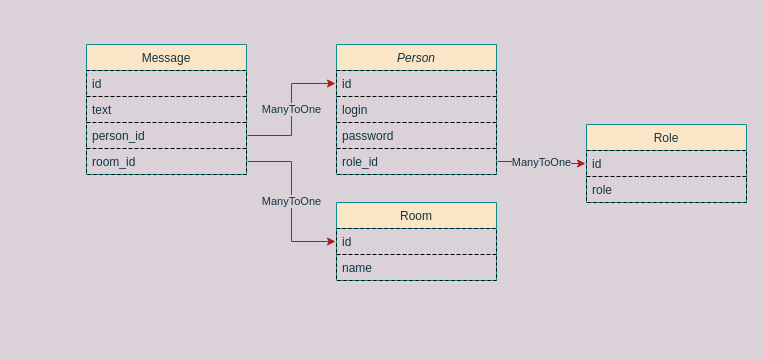
This is img/job4j_chat.drawio from dima-abc/job4j_chat, a draw.io file, before an edit. Source tidied: cells renumbered, new cells numbered last; positions are measured from the earlier drawing's top-left corner, leaving out a move shared by most shapes. Both pictures are drawn from the tidied source at 100%, with x=0, y=0 at pixel (86, 44).
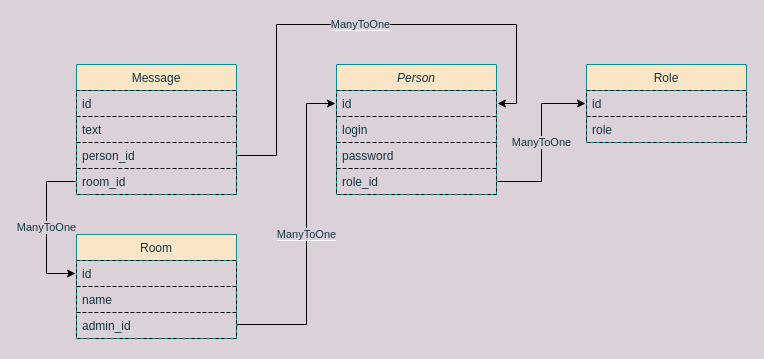
After the change.

The change refers to these unchanged cells:
```xml
<mxCell id="3" value="id" style="text;align=left;verticalAlign=top;spacingLeft=4;spacingRight=4;overflow=hidden;points=[[0,0.5],[1,0.5]];portConstraint=eastwest;fontColor=#143642;strokeColor=#000000;dashed=1;strokeWidth=1;perimeterSpacing=1;" parent="2" vertex="1">
  <mxGeometry y="26" width="160" height="26" as="geometry" />
</mxCell>
<mxCell id="6" value="role_id" style="text;align=left;verticalAlign=top;spacingLeft=4;spacingRight=4;overflow=hidden;points=[[0,0.5],[1,0.5]];portConstraint=eastwest;rounded=0;shadow=0;html=0;fontColor=#143642;strokeColor=#000000;dashed=1;strokeWidth=1;perimeterSpacing=1;" parent="2" vertex="1">
  <mxGeometry y="104" width="160" height="26" as="geometry" />
</mxCell>
<mxCell id="8" value="id &#10;" style="text;align=left;verticalAlign=top;spacingLeft=4;spacingRight=4;overflow=hidden;points=[[0,0.5],[1,0.5]];portConstraint=eastwest;fontColor=#143642;strokeColor=#000000;dashed=1;strokeWidth=1;perimeterSpacing=1;" parent="7" vertex="1">
  <mxGeometry y="26" width="160" height="26" as="geometry" />
</mxCell>
<mxCell id="13" value="person_id" style="text;align=left;verticalAlign=top;spacingLeft=4;spacingRight=4;overflow=hidden;points=[[0,0.5],[1,0.5]];portConstraint=eastwest;fontColor=#143642;strokeColor=#000000;dashed=1;strokeWidth=1;perimeterSpacing=1;" parent="10" vertex="1">
  <mxGeometry y="78" width="160" height="26" as="geometry" />
</mxCell>
<mxCell id="14" value="room_id" style="text;align=left;verticalAlign=top;spacingLeft=4;spacingRight=4;overflow=hidden;points=[[0,0.5],[1,0.5]];portConstraint=eastwest;fontColor=#143642;strokeColor=#000000;dashed=1;strokeWidth=1;perimeterSpacing=1;" parent="10" vertex="1">
  <mxGeometry y="104" width="160" height="26" as="geometry" />
</mxCell>
<mxCell id="16" value="id" style="text;align=left;verticalAlign=top;spacingLeft=4;spacingRight=4;overflow=hidden;points=[[0,0.5],[1,0.5]];portConstraint=eastwest;rounded=0;shadow=0;html=0;fontColor=#143642;strokeColor=#000000;dashed=1;strokeWidth=1;perimeterSpacing=1;" parent="15" vertex="1">
  <mxGeometry y="26" width="160" height="26" as="geometry" />
</mxCell>
```

The edit, as a diff of the source:
```diff
@@
     <mxCell id="2" value="Person" style="swimlane;fontStyle=2;align=center;verticalAlign=top;horizontal=1;startSize=26;rounded=0;shadow=0;strokeWidth=1;fillColor=#FAE5C7;strokeColor=#0F8B8D;fontColor=#143642;" parent="1" vertex="1">
-      <mxGeometry x="250" width="160" height="130" as="geometry" />
+      <mxGeometry x="250" y="20" width="160" height="130" as="geometry" />
     </mxCell>
@@
     <mxCell id="7" value="Room" style="swimlane;fontStyle=0;align=center;verticalAlign=top;horizontal=1;startSize=26;rounded=0;shadow=0;strokeWidth=1;fillColor=#FAE5C7;strokeColor=#0F8B8D;fontColor=#143642;" parent="1" vertex="1">
-      <mxGeometry x="250" y="158" width="160" height="78" as="geometry" />
+      <mxGeometry x="-10" y="190" width="160" height="104" as="geometry" />
     </mxCell>
@@
+    <mxCell id="21" value="admin_id" style="text;align=left;verticalAlign=top;spacingLeft=4;spacingRight=4;overflow=hidden;points=[[0,0.5],[1,0.5]];portConstraint=eastwest;rounded=0;shadow=0;html=0;fontColor=#143642;strokeColor=#000000;dashed=1;strokeWidth=1;perimeterSpacing=1;" parent="7" vertex="1">
+      <mxGeometry y="78" width="160" height="26" as="geometry" />
+    </mxCell>
     <mxCell id="10" value="Message" style="swimlane;fontStyle=0;align=center;verticalAlign=top;horizontal=1;startSize=26;rounded=0;shadow=0;strokeWidth=1;fillColor=#FAE5C7;strokeColor=#0F8B8D;fontColor=#143642;" parent="1" vertex="1">
-      <mxGeometry width="160" height="130" as="geometry" />
+      <mxGeometry x="-10" y="20" width="160" height="130" as="geometry" />
     </mxCell>
@@
     <mxCell id="15" value="Role" style="swimlane;fontStyle=0;align=center;verticalAlign=top;horizontal=1;startSize=26;rounded=0;shadow=0;strokeWidth=1;fillColor=#FAE5C7;strokeColor=#0F8B8D;fontColor=#143642;" parent="1" vertex="1">
-      <mxGeometry x="500" y="80" width="160" height="78" as="geometry" />
+      <mxGeometry x="500" y="20" width="160" height="78" as="geometry" />
     </mxCell>
@@
-    <mxCell id="18" value="ManyToOne" style="edgeStyle=orthogonalEdgeStyle;rounded=0;jettySize=auto;html=1;exitX=1;exitY=0.5;exitDx=0;exitDy=0;entryX=0;entryY=0.5;entryDx=0;entryDy=0;labelBackgroundColor=#DAD2D8;strokeColor=#A8201A;fontColor=#143642;" parent="1" edge="1" source="6" target="16">
+    <mxCell id="18" value="ManyToOne" style="edgeStyle=orthogonalEdgeStyle;rounded=0;jettySize=auto;html=1;exitX=1;exitY=0.5;exitDx=0;exitDy=0;entryX=0;entryY=0.5;entryDx=0;entryDy=0;labelBackgroundColor=#DAD2D8;strokeColor=#000000;fontColor=#143642;" parent="1" edge="1" source="6" target="16">
       <mxGeometry relative="1" as="geometry" />
     </mxCell>
+    <mxCell id="20" value="ManyToOne" style="edgeStyle=orthogonalEdgeStyle;rounded=0;jettySize=auto;html=1;entryX=0;entryY=0.5;entryDx=0;entryDy=0;labelBackgroundColor=#DAD2D8;strokeColor=#000000;fontColor=#143642;" parent="1" edge="1" source="14" target="8">
+      <mxGeometry relative="1" as="geometry">
+        <Array as="points">
+          <mxPoint x="-40" y="137" />
+          <mxPoint x="-40" y="229" />
+        </Array>
+      </mxGeometry>
+    </mxCell>
+    <mxCell id="22" value="&lt;span style=&quot;color: rgb(20, 54, 66); background-color: rgb(218, 210, 216);&quot;&gt;ManyToOne&lt;/span&gt;" style="edgeStyle=orthogonalEdgeStyle;rounded=0;jettySize=auto;html=1;exitX=1;exitY=0.5;exitDx=0;exitDy=0;entryX=0;entryY=0.5;entryDx=0;entryDy=0;" parent="1" edge="1" source="21" target="3">
+      <mxGeometry relative="1" as="geometry">
+        <Array as="points">
+          <mxPoint x="151" y="280" />
+          <mxPoint x="220" y="280" />
+          <mxPoint x="220" y="59" />
+        </Array>
+      </mxGeometry>
+    </mxCell>
-    <mxCell id="19" value="ManyToOne" style="edgeStyle=orthogonalEdgeStyle;rounded=0;jettySize=auto;html=1;entryX=0;entryY=0.5;entryDx=0;entryDy=0;labelBackgroundColor=#DAD2D8;strokeColor=#A8201A;fontColor=#143642;" parent="1" edge="1" source="13" target="3">
-      <mxGeometry relative="1" as="geometry" />
+    <mxCell id="19" value="&lt;span style=&quot;color: rgb(20, 54, 66); background-color: rgb(218, 210, 216);&quot;&gt;ManyToOne&lt;/span&gt;" style="edgeStyle=orthogonalEdgeStyle;rounded=0;jettySize=auto;html=1;entryX=1;entryY=0.5;entryDx=0;entryDy=0;" parent="1" edge="1" source="13" target="3">
+      <mxGeometry relative="1" as="geometry">
+        <Array as="points">
+          <mxPoint x="190" y="111" />
+          <mxPoint x="190" y="-20" />
+          <mxPoint x="430" y="-20" />
+          <mxPoint x="430" y="59" />
+        </Array>
+      </mxGeometry>
     </mxCell>
-    <mxCell id="20" value="ManyToOne" style="edgeStyle=orthogonalEdgeStyle;rounded=0;jettySize=auto;html=1;entryX=0;entryY=0.5;entryDx=0;entryDy=0;labelBackgroundColor=#DAD2D8;strokeColor=#A8201A;fontColor=#143642;" parent="1" edge="1" source="14" target="8">
-      <mxGeometry relative="1" as="geometry" />
-    </mxCell>
```
